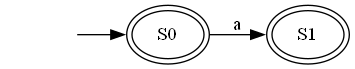
JuanDiegoAvila/Laboratorio_Compiladores keeps this Graphviz diagram as test-output/round-table.gv.png. Above is the earlier version. Its source is kept beside it as test-output/round-table.gv.
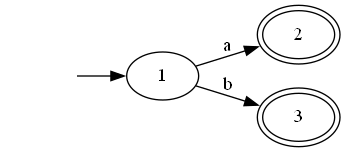
The same file after the commit.

What changed in the source:
```diff
@@ -1,9 +1,11 @@
 digraph {
 	graph [rankdir=LR]
 	inicio [label="" shape=none]
-	S0
-	inicio -> S0
-	S0 [peripheries=2]
-	S0 -> S1 [label=a]
-	S1 [peripheries=2]
+	1
+	inicio -> 1
+	1
+	1 -> 2 [label=a]
+	1 -> 3 [label=b]
+	2 [peripheries=2]
+	3 [peripheries=2]
 }
```
